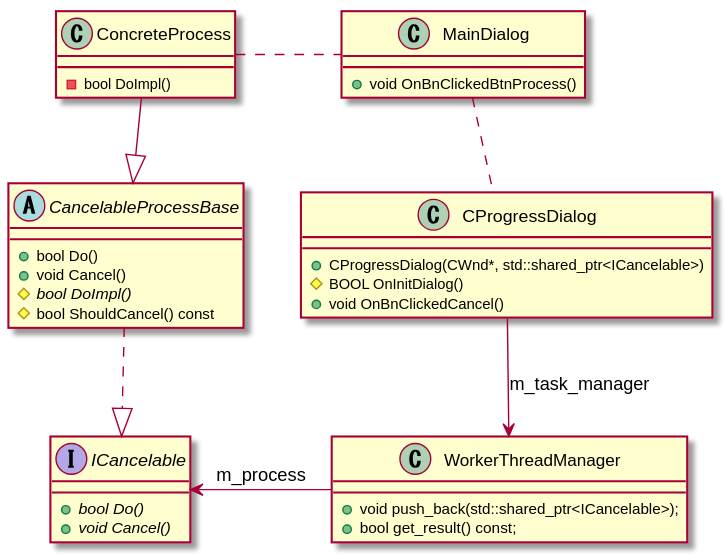
This is docs/class.svg from asura/progress_dialog, a PlantUML export, as it was before one commit.
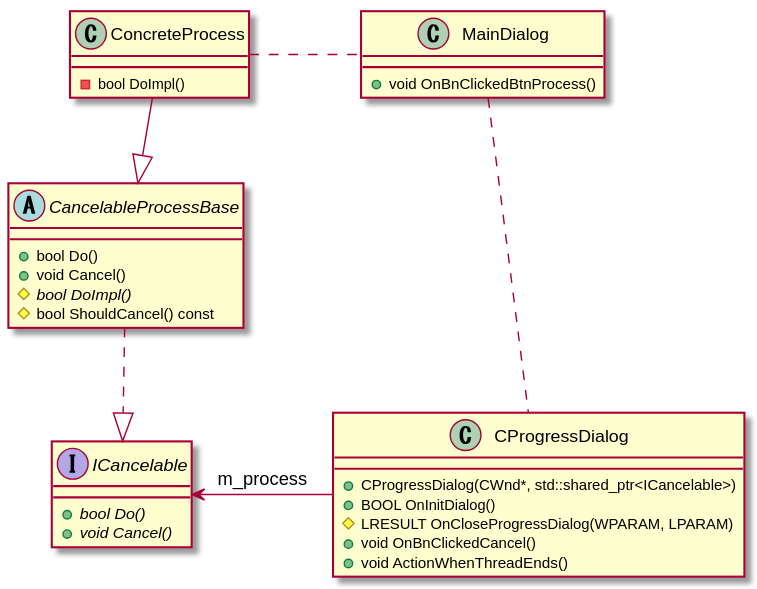
Later version of the same file.

Commit message:
[mdf] update readme, UML diagrams

Change to the diagram source:
```diff
@@ -19,24 +19,19 @@
 ICancelable <|.u. CancelableProcessBase
 CancelableProcessBase <|-u- ConcreteProcess
 
-class WorkerThreadManager {
-	+void push_back(std::shared_ptr<ICancelable>);
-	+bool get_result() const;
-}
-
 class CProgressDialog {
   +CProgressDialog(CWnd*, std::shared_ptr<ICancelable>)
-  #BOOL OnInitDialog()
+  +BOOL OnInitDialog()
+  #LRESULT OnCloseProgressDialog(WPARAM, LPARAM)
   +void OnBnClickedCancel()
+  +void ActionWhenThreadEnds()
 }
 
 class MainDialog {
   +void OnBnClickedBtnProcess()
 }
 
-CProgressDialog -d-> WorkerThreadManager : m_task_manager
-
-WorkerThreadManager -l-> ICancelable : m_process
+CProgressDialog -l-> ICancelable : m_process
 
 MainDialog .l. ConcreteProcess
 MainDialog .d. CProgressDialog
```
